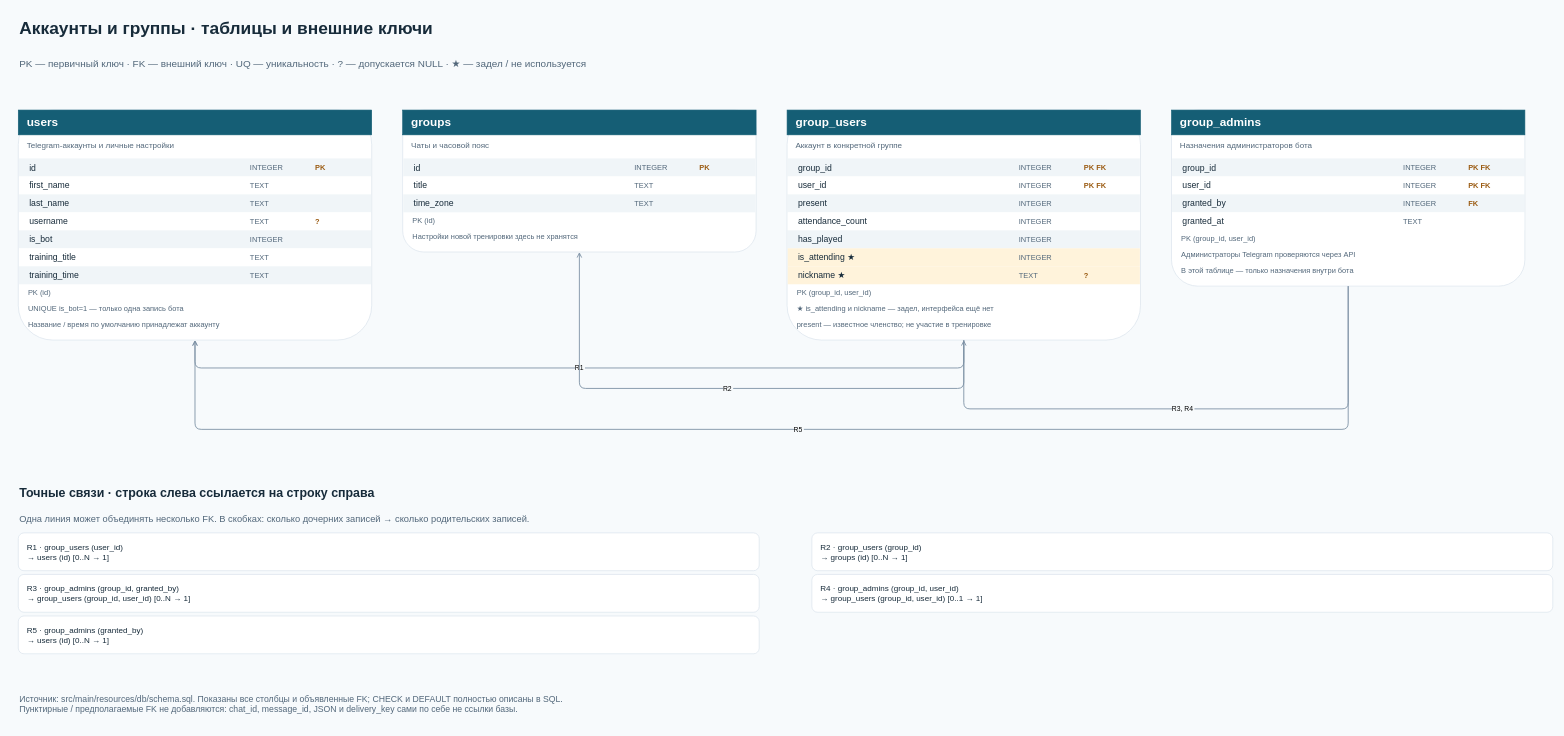
This is page "02 · Аккаунты и группы" (2 of 6) of docs/diagrams/DATABASE_ERD.drawio from Romamor/tennis-split-bot, a draw.io file, before an edit. Source tidied: cells renumbered, new cells numbered last; positions are measured from the earlier drawing's top-left corner, leaving out a move shared by most shapes. Both pictures are drawn from the tidied source at 62%, with x=0, y=0 at pixel (11, 11).
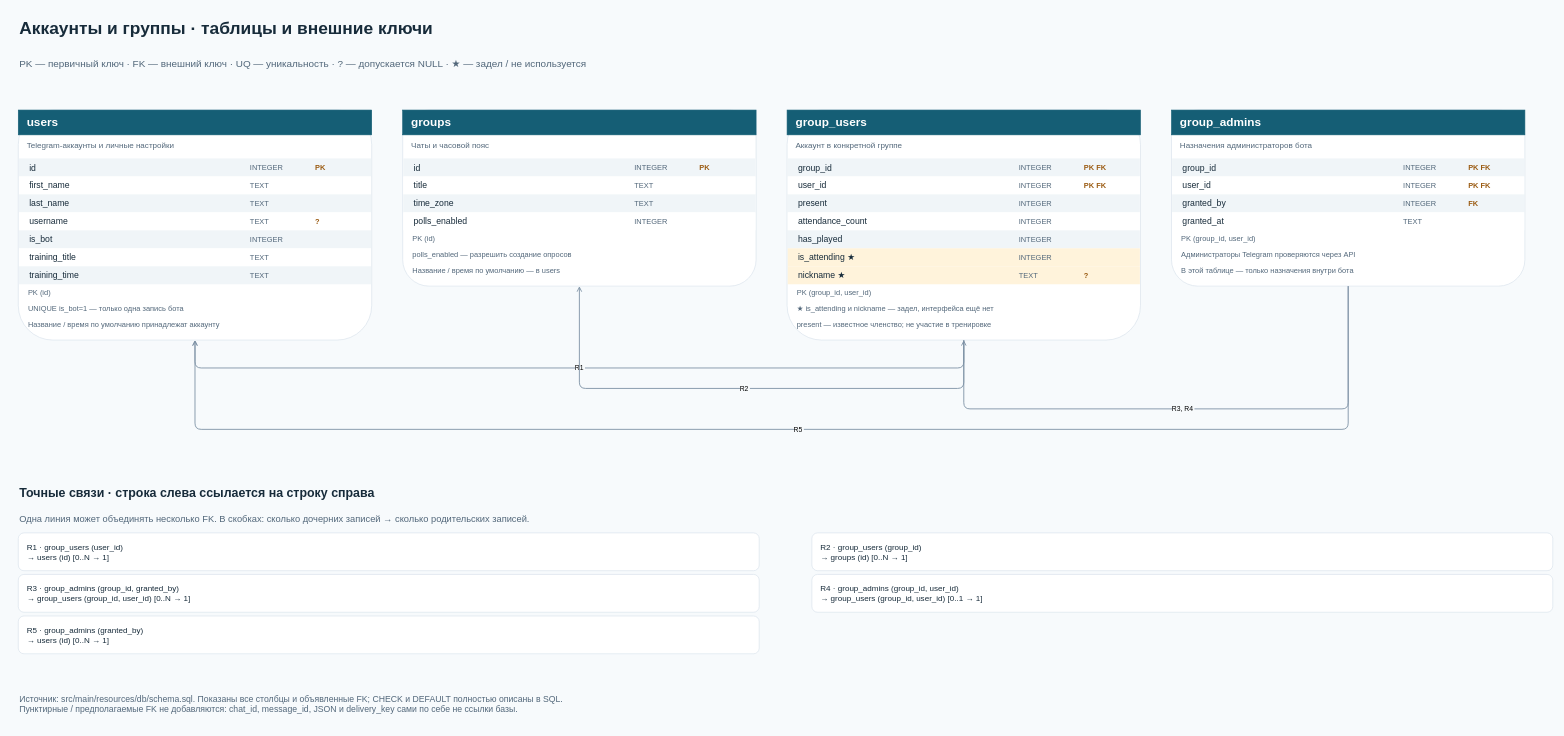
The same page after the edit.

Change to the diagram source:
```diff
@@
     <mxCell id="38" style="rounded=1;whiteSpace=wrap;html=0;fillColor=#ffffff;strokeColor=#d7e1ea;fontColor=#172b3a;fontSize=14;fontFamily=Arial;align=left;verticalAlign=middle;spacingLeft=12;spacingRight=10;" parent="1" vertex="1">
-      <mxGeometry x="632" y="160" width="570" height="229" as="geometry" />
+      <mxGeometry x="632" y="160" width="570" height="284" as="geometry" />
     </mxCell>
@@
+    <mxCell id="123" style="rounded=0;whiteSpace=wrap;html=0;fillColor=#ffffff;strokeColor=none;fontColor=#172b3a;fontSize=14;fontFamily=Arial;align=left;verticalAlign=middle;spacingLeft=12;spacingRight=10;" parent="38" vertex="1">
+      <mxGeometry x="1" y="165" width="568" height="29" as="geometry" />
+    </mxCell>
+    <mxCell id="124" value="polls_enabled" style="rounded=0;whiteSpace=wrap;html=0;fillColor=none;strokeColor=none;fontColor=#172b3a;fontSize=14;fontFamily=Arial;align=left;verticalAlign=middle;spacingLeft=12;spacingRight=10;" parent="38" vertex="1">
+      <mxGeometry x="4" y="165" width="260" height="29" as="geometry" />
+    </mxCell>
+    <mxCell id="125" value="INTEGER" style="rounded=0;whiteSpace=wrap;html=0;fillColor=none;strokeColor=none;fontColor=#52677a;fontSize=12;fontFamily=Arial;align=left;verticalAlign=middle;spacingLeft=12;spacingRight=10;" parent="38" vertex="1">
+      <mxGeometry x="360" y="165" width="95" height="29" as="geometry" />
+    </mxCell>
+    <mxCell id="126" style="rounded=0;whiteSpace=wrap;html=0;fillColor=none;strokeColor=none;fontColor=#9a5b12;fontSize=12;fontFamily=Arial;align=left;verticalAlign=middle;spacingLeft=12;spacingRight=10;fontStyle=1;" parent="38" vertex="1">
+      <mxGeometry x="465" y="165" width="100" height="29" as="geometry" />
+    </mxCell>
     <mxCell id="53" value="PK (id)" style="rounded=0;whiteSpace=wrap;html=0;fillColor=none;strokeColor=none;fontColor=#52677a;fontSize=12;fontFamily=Arial;align=left;verticalAlign=middle;spacingLeft=12;spacingRight=10;" parent="38" vertex="1">
-      <mxGeometry x="2" y="165" width="566" height="26" as="geometry" />
+      <mxGeometry x="2" y="194" width="566" height="26" as="geometry" />
     </mxCell>
-    <mxCell id="54" value="Настройки новой тренировки здесь не хранятся" style="rounded=0;whiteSpace=wrap;html=0;fillColor=none;strokeColor=none;fontColor=#52677a;fontSize=12;fontFamily=Arial;align=left;verticalAlign=middle;spacingLeft=12;spacingRight=10;" parent="38" vertex="1">
-      <mxGeometry x="2" y="191" width="566" height="26" as="geometry" />
+    <mxCell id="54" value="polls_enabled — разрешить создание опросов" style="rounded=0;whiteSpace=wrap;html=0;fillColor=none;strokeColor=none;fontColor=#52677a;fontSize=12;fontFamily=Arial;align=left;verticalAlign=middle;spacingLeft=12;spacingRight=10;" parent="38" vertex="1">
+      <mxGeometry x="2" y="220" width="566" height="26" as="geometry" />
     </mxCell>
+    <mxCell id="127" value="Название / время по умолчанию — в users" style="rounded=0;whiteSpace=wrap;html=0;fillColor=none;strokeColor=none;fontColor=#52677a;fontSize=12;fontFamily=Arial;align=left;verticalAlign=middle;spacingLeft=12;spacingRight=10;" parent="38" vertex="1">
+      <mxGeometry x="2" y="246" width="566" height="26" as="geometry" />
+    </mxCell>
```
